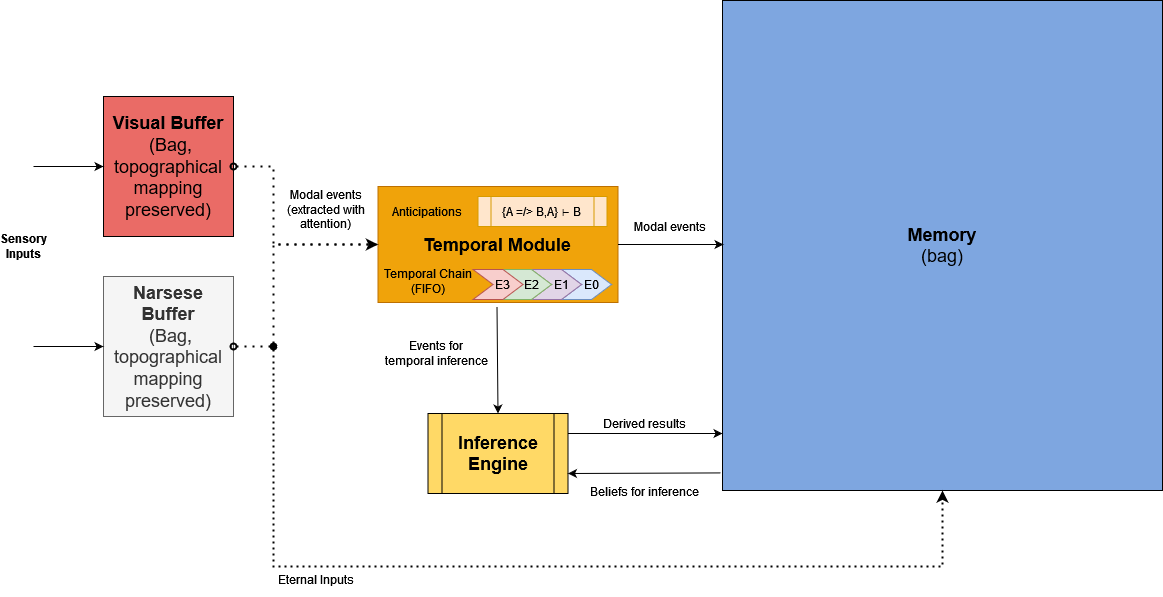
Above: Documentation/Diagram.png in ccrock4t/NARS-Python (draw.io), before the change. Source tidied: cells renumbered, new cells last; positions are measured from the earlier drawing's top-left corner, leaving out a move shared by most shapes.
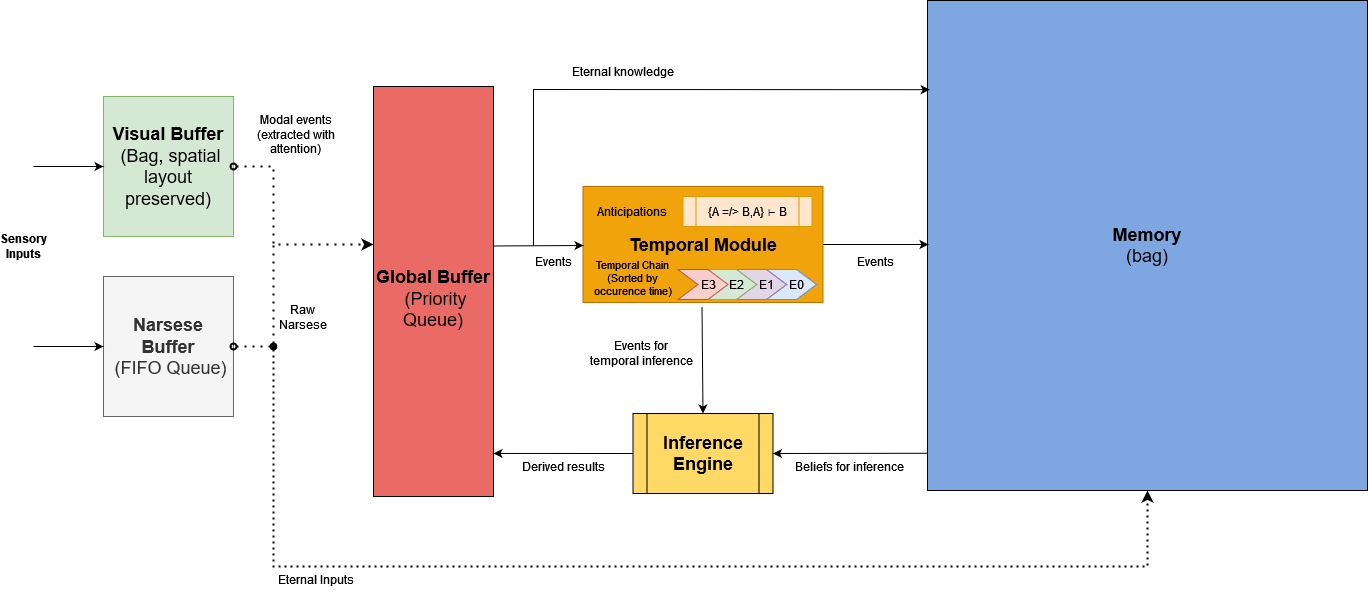
The same diagram one commit later.

What changed in the source:
```diff
@@ -5,37 +5,35 @@
     <mxCell id="2" value="&lt;div&gt;&lt;font style=&quot;font-size: 18px&quot;&gt;&lt;b&gt;Memory&lt;/b&gt;&lt;br&gt;&lt;/font&gt;&lt;/div&gt;&lt;div&gt;&lt;font style=&quot;font-size: 18px&quot;&gt;(bag)&lt;/font&gt;&lt;/div&gt;" style="rounded=0;whiteSpace=wrap;html=1;fillColor=#7EA6E0;" parent="1" vertex="1">
       <mxGeometry x="719" width="440" height="490" as="geometry" />
     </mxCell>
-    <mxCell id="3" value="&lt;div&gt;&lt;font style=&quot;font-size: 18px&quot;&gt;&lt;b&gt;&lt;font style=&quot;font-size: 18px&quot;&gt;Visual &lt;/font&gt;Buffer&lt;/b&gt;&lt;/font&gt;&lt;/div&gt;&lt;font style=&quot;font-size: 18px&quot;&gt;&amp;nbsp;(Bag, topographical mapping preserved)&lt;/font&gt;" style="rounded=0;whiteSpace=wrap;html=1;fillColor=#EA6B66;" parent="1" vertex="1">
-      <mxGeometry x="100" y="96" width="130" height="140" as="geometry" />
+    <mxCell id="3" value="&lt;div&gt;&lt;font style=&quot;font-size: 18px&quot;&gt;&lt;b&gt;&lt;font style=&quot;font-size: 18px&quot;&gt;Visual &lt;/font&gt;Buffer&lt;/b&gt;&lt;/font&gt;&lt;/div&gt;&lt;font style=&quot;font-size: 18px&quot;&gt;&amp;nbsp;(Bag, spatial layout preserved)&lt;/font&gt;" style="rounded=0;whiteSpace=wrap;html=1;fillColor=#d5e8d4;strokeColor=#82b366;" parent="1" vertex="1">
+      <mxGeometry x="-105" y="96" width="130" height="140" as="geometry" />
     </mxCell>
     <mxCell id="4" value="&lt;div&gt;&lt;font style=&quot;font-size: 18px&quot;&gt;&lt;b&gt;Inference&lt;/b&gt;&lt;/font&gt;&lt;/div&gt;&lt;div&gt;&lt;font style=&quot;font-size: 18px&quot;&gt;&lt;b&gt;Engine&lt;br&gt;&lt;/b&gt;&lt;/font&gt;&lt;/div&gt;" style="shape=process;whiteSpace=wrap;html=1;backgroundOutline=1;fillColor=#FFD966;" parent="1" vertex="1">
       <mxGeometry x="424.5" y="413" width="140" height="80" as="geometry" />
     </mxCell>
     <mxCell id="5" value="&lt;div&gt;&lt;b&gt;Sensory&lt;br&gt;&lt;/b&gt;&lt;/div&gt;&lt;div&gt;&lt;b&gt;Inputs&lt;/b&gt;&lt;/div&gt;" style="text;html=1;strokeColor=none;fillColor=none;align=center;verticalAlign=middle;whiteSpace=wrap;rounded=0;" parent="1" vertex="1">
-      <mxGeometry y="236" width="40" height="20" as="geometry" />
+      <mxGeometry x="-205" y="236" width="40" height="20" as="geometry" />
     </mxCell>
     <mxCell id="6" value="&lt;div&gt;&lt;font style=&quot;font-size: 18px&quot;&gt;&lt;b&gt;&lt;br&gt;&lt;/b&gt;&lt;/font&gt;&lt;/div&gt;&lt;div&gt;&lt;font style=&quot;font-size: 18px&quot;&gt;&lt;b&gt;Temporal Module &lt;br&gt;&lt;/b&gt;&lt;/font&gt;&lt;/div&gt;&lt;div&gt;&lt;font style=&quot;font-size: 18px&quot;&gt;&lt;b&gt;&lt;br&gt;&lt;/b&gt;&lt;/font&gt;&lt;/div&gt;" style="rounded=0;whiteSpace=wrap;html=1;fillColor=#f0a30a;strokeColor=#BD7000;fontColor=#000000;" parent="1" vertex="1">
       <mxGeometry x="374.5" y="186" width="240" height="116" as="geometry" />
     </mxCell>
     <mxCell id="7" value="Eternal Inputs" style="text;html=1;strokeColor=none;fillColor=none;align=center;verticalAlign=middle;whiteSpace=wrap;rounded=0;" parent="1" vertex="1">
-      <mxGeometry x="250" y="561" width="124.5" height="35" as="geometry" />
+      <mxGeometry x="45" y="561" width="124.5" height="35" as="geometry" />
     </mxCell>
-    <mxCell id="8" style="endArrow=classic;html=1;entryX=1;entryY=0.75;entryDx=0;entryDy=0;exitX=-0.004;exitY=0.958;exitDx=0;exitDy=0;exitPerimeter=0;" parent="1" edge="1" target="4">
-      <mxGeometry relative="1" as="geometry">
-        <mxPoint x="717.2" y="472.4" as="sourcePoint" />
-      </mxGeometry>
+    <mxCell id="8" style="endArrow=classic;html=1;entryX=1;entryY=0.5;entryDx=0;entryDy=0;exitX=0;exitY=0.924;exitDx=0;exitDy=0;exitPerimeter=0;" parent="1" edge="1" source="2" target="4">
+      <mxGeometry relative="1" as="geometry" />
     </mxCell>
     <mxCell id="9" value="&lt;div&gt;Beliefs for inference&lt;/div&gt;" style="text;html=1;strokeColor=none;fillColor=none;align=center;verticalAlign=middle;whiteSpace=wrap;rounded=0;" parent="1" vertex="1">
-      <mxGeometry x="578" y="481" width="126" height="20" as="geometry" />
+      <mxGeometry x="578" y="456" width="126" height="20" as="geometry" />
     </mxCell>
     <mxCell id="10" value="Derived results" style="text;html=1;strokeColor=none;fillColor=none;align=center;verticalAlign=middle;whiteSpace=wrap;rounded=0;" parent="1" vertex="1">
-      <mxGeometry x="571" y="413" width="140" height="20" as="geometry" />
+      <mxGeometry x="285" y="456" width="140" height="20" as="geometry" />
     </mxCell>
     <mxCell id="11" style="shape=step;perimeter=stepPerimeter;whiteSpace=wrap;html=1;fixedSize=1;fillColor=#dae8fc;strokeColor=#6c8ebf;" parent="1" vertex="1">
       <mxGeometry x="558" y="269" width="50" height="30" as="geometry" />
     </mxCell>
-    <mxCell id="12" value="&lt;div align=&quot;center&quot;&gt;Temporal Chain&lt;br&gt;&lt;/div&gt;&lt;div align=&quot;center&quot;&gt;(FIFO)&lt;/div&gt;" style="text;whiteSpace=wrap;html=1;align=center;" parent="1" vertex="1">
-      <mxGeometry x="370" y="260" width="110.5" height="30" as="geometry" />
+    <mxCell id="12" value="&lt;div style=&quot;font-size: 11px&quot; align=&quot;center&quot;&gt;&lt;font style=&quot;font-size: 11px&quot;&gt;Temporal Chain&lt;br&gt;&lt;/font&gt;&lt;/div&gt;&lt;div style=&quot;font-size: 11px&quot; align=&quot;center&quot;&gt;&lt;font style=&quot;font-size: 11px&quot;&gt;(Sorted by occurence time)&lt;/font&gt;&lt;/div&gt;" style="text;whiteSpace=wrap;html=1;align=center;" parent="1" vertex="1">
+      <mxGeometry x="376.8" y="251" width="95" height="30" as="geometry" />
     </mxCell>
     <mxCell id="13" style="shape=step;perimeter=stepPerimeter;whiteSpace=wrap;html=1;fixedSize=1;fillColor=#e1d5e7;strokeColor=#9673a6;" parent="1" vertex="1">
       <mxGeometry x="528" y="269" width="50" height="30" as="geometry" />
@@ -69,62 +67,87 @@
         <mxPoint x="720" y="244" as="targetPoint" />
       </mxGeometry>
     </mxCell>
-    <mxCell id="23" value="&lt;div&gt;&lt;font style=&quot;font-size: 18px&quot;&gt;&lt;b&gt;&lt;font style=&quot;font-size: 18px&quot;&gt;Narsese &lt;/font&gt;Buffer&lt;/b&gt;&lt;/font&gt;&lt;/div&gt;&lt;font style=&quot;font-size: 18px&quot;&gt;&amp;nbsp;(Bag, topographical mapping preserved)&lt;/font&gt;" style="rounded=0;whiteSpace=wrap;html=1;fillColor=#f5f5f5;fontColor=#333333;strokeColor=#666666;" parent="1" vertex="1">
-      <mxGeometry x="100" y="276" width="130" height="140" as="geometry" />
+    <mxCell id="23" value="&lt;div&gt;&lt;font style=&quot;font-size: 18px&quot;&gt;&lt;b&gt;&lt;font style=&quot;font-size: 18px&quot;&gt;Narsese &lt;/font&gt;Buffer&lt;/b&gt;&lt;/font&gt;&lt;/div&gt;&lt;font style=&quot;font-size: 18px&quot;&gt;&amp;nbsp;(FIFO Queue)&lt;/font&gt;" style="rounded=0;whiteSpace=wrap;html=1;fillColor=#f5f5f5;fontColor=#333333;strokeColor=#666666;" parent="1" vertex="1">
+      <mxGeometry x="-105" y="276" width="130" height="140" as="geometry" />
     </mxCell>
     <mxCell id="24" style="endArrow=classic;html=1;rounded=0;exitX=0.5;exitY=1;exitDx=0;exitDy=0;entryX=0.5;entryY=0;entryDx=0;entryDy=0;" parent="1" edge="1" target="4">
       <mxGeometry relative="1" as="geometry">
         <mxPoint x="493.5" y="306" as="sourcePoint" />
       </mxGeometry>
     </mxCell>
-    <mxCell id="25" style="endArrow=none;html=1;entryX=1;entryY=0.25;entryDx=0;entryDy=0;endFill=0;startArrow=classic;startFill=1;" parent="1" edge="1" target="4">
-      <mxGeometry relative="1" as="geometry">
-        <mxPoint x="719" y="433" as="sourcePoint" />
-      </mxGeometry>
+    <mxCell id="25" style="endArrow=none;html=1;endFill=0;startArrow=classic;startFill=1;entryX=0;entryY=0.5;entryDx=0;entryDy=0;exitX=1;exitY=0.895;exitDx=0;exitDy=0;exitPerimeter=0;" parent="1" edge="1" source="34" target="4">
+      <mxGeometry relative="1" as="geometry" />
     </mxCell>
     <mxCell id="26" value="&lt;div&gt;Events for &lt;br&gt;&lt;/div&gt;&lt;div&gt;temporal inference&lt;/div&gt;" style="text;html=1;strokeColor=none;fillColor=none;align=center;verticalAlign=middle;whiteSpace=wrap;rounded=0;" parent="1" vertex="1">
       <mxGeometry x="370" y="343" width="126" height="20" as="geometry" />
     </mxCell>
     <mxCell id="27" style="endArrow=classic;html=1;rounded=0;entryX=0;entryY=0.5;entryDx=0;entryDy=0;" parent="1" edge="1" target="3">
       <mxGeometry relative="1" as="geometry">
-        <mxPoint x="30" y="166" as="sourcePoint" />
+        <mxPoint x="-175" y="166" as="sourcePoint" />
       </mxGeometry>
     </mxCell>
     <mxCell id="28" style="endArrow=classic;html=1;rounded=0;entryX=0;entryY=0.5;entryDx=0;entryDy=0;" parent="1" edge="1" target="23">
       <mxGeometry relative="1" as="geometry">
-        <mxPoint x="30" y="346" as="sourcePoint" />
+        <mxPoint x="-175" y="346" as="sourcePoint" />
       </mxGeometry>
     </mxCell>
-    <mxCell id="29" style="endArrow=none;dashed=1;html=1;dashPattern=1 3;strokeWidth=2;rounded=0;exitX=1;exitY=0.5;exitDx=0;exitDy=0;entryX=0;entryY=0.5;entryDx=0;entryDy=0;startArrow=oval;startFill=0;" parent="1" edge="1" source="23" target="6">
+    <mxCell id="29" style="endArrow=none;dashed=1;html=1;dashPattern=1 3;strokeWidth=2;rounded=0;exitX=1;exitY=0.5;exitDx=0;exitDy=0;startArrow=oval;startFill=0;" parent="1" edge="1" source="23">
       <mxGeometry relative="1" as="geometry">
+        <mxPoint x="65" y="244" as="targetPoint" />
         <Array as="points">
-          <mxPoint x="270" y="346" />
-          <mxPoint x="270" y="244" />
+          <mxPoint x="65" y="346" />
+          <mxPoint x="65" y="244" />
         </Array>
       </mxGeometry>
     </mxCell>
-    <mxCell id="30" style="endArrow=classic;dashed=1;html=1;dashPattern=1 3;strokeWidth=2;rounded=0;exitX=1;exitY=0.5;exitDx=0;exitDy=0;entryX=0;entryY=0.5;entryDx=0;entryDy=0;startArrow=oval;startFill=0;endFill=1;" parent="1" edge="1" source="3" target="6">
+    <mxCell id="30" style="endArrow=classic;dashed=1;html=1;dashPattern=1 3;strokeWidth=2;rounded=0;exitX=1;exitY=0.5;exitDx=0;exitDy=0;startArrow=oval;startFill=0;endFill=1;" parent="1" edge="1" source="3">
       <mxGeometry relative="1" as="geometry">
+        <mxPoint x="165" y="244" as="targetPoint" />
         <Array as="points">
-          <mxPoint x="270" y="166" />
-          <mxPoint x="270" y="244" />
+          <mxPoint x="65" y="166" />
+          <mxPoint x="65" y="244" />
         </Array>
       </mxGeometry>
     </mxCell>
     <mxCell id="31" style="endArrow=classic;html=1;rounded=0;entryX=0.5;entryY=1;entryDx=0;entryDy=0;dashed=1;dashPattern=1 2;strokeWidth=2;startArrow=oval;startFill=1;" parent="1" edge="1" target="2">
       <mxGeometry relative="1" as="geometry">
-        <mxPoint x="270" y="346" as="sourcePoint" />
+        <mxPoint x="65" y="346" as="sourcePoint" />
         <Array as="points">
-          <mxPoint x="270" y="566" />
+          <mxPoint x="65" y="566" />
           <mxPoint x="939" y="566" />
         </Array>
       </mxGeometry>
     </mxCell>
     <mxCell id="32" value="Modal events (extracted with attention)" style="text;html=1;strokeColor=none;fillColor=none;align=center;verticalAlign=middle;whiteSpace=wrap;rounded=0;" parent="1" vertex="1">
-      <mxGeometry x="260" y="191" width="124.5" height="35" as="geometry" />
+      <mxGeometry x="25" y="116" width="124.5" height="35" as="geometry" />
     </mxCell>
-    <mxCell id="33" value="Modal events" style="text;html=1;strokeColor=none;fillColor=none;align=center;verticalAlign=middle;whiteSpace=wrap;rounded=0;" parent="1" vertex="1">
-      <mxGeometry x="603.5" y="216" width="126" height="20" as="geometry" />
+    <mxCell id="33" value="Events" style="text;html=1;strokeColor=none;fillColor=none;align=center;verticalAlign=middle;whiteSpace=wrap;rounded=0;" parent="1" vertex="1">
+      <mxGeometry x="603.5" y="251" width="126" height="20" as="geometry" />
     </mxCell>
+    <mxCell id="34" value="&lt;br&gt;&lt;div&gt;&lt;font style=&quot;font-size: 18px&quot;&gt;&lt;b&gt;&lt;font style=&quot;font-size: 18px&quot;&gt;Global &lt;/font&gt;Buffer&lt;/b&gt;&lt;/font&gt;&lt;/div&gt;&lt;font style=&quot;font-size: 18px&quot;&gt;&amp;nbsp;(Priority Queue)&lt;br&gt;&lt;/font&gt;" style="rounded=0;whiteSpace=wrap;html=1;fillColor=#EA6B66;strokeColor=#000000;" parent="1" vertex="1">
+      <mxGeometry x="165" y="86" width="120" height="410" as="geometry" />
+    </mxCell>
+    <mxCell id="35" value="&lt;div&gt;Raw&lt;/div&gt;&lt;div&gt;Narsese&lt;br&gt;&lt;/div&gt;" style="text;html=1;strokeColor=none;fillColor=none;align=center;verticalAlign=middle;whiteSpace=wrap;rounded=0;" parent="1" vertex="1">
+      <mxGeometry x="65" y="302" width="60" height="30" as="geometry" />
+    </mxCell>
+    <mxCell id="36" style="endArrow=classic;html=1;rounded=0;exitX=1.001;exitY=0.389;exitDx=0;exitDy=0;exitPerimeter=0;" parent="1" edge="1" source="34">
+      <mxGeometry relative="1" as="geometry">
+        <mxPoint x="375" y="245" as="targetPoint" />
+      </mxGeometry>
+    </mxCell>
+    <mxCell id="37" style="endArrow=classic;html=1;rounded=0;entryX=0.005;entryY=0.182;entryDx=0;entryDy=0;entryPerimeter=0;" parent="1" edge="1" target="2">
+      <mxGeometry relative="1" as="geometry">
+        <mxPoint x="325" y="245" as="sourcePoint" />
+        <Array as="points">
+          <mxPoint x="325" y="89" />
+        </Array>
+      </mxGeometry>
+    </mxCell>
+    <mxCell id="38" value="Events" style="text;html=1;strokeColor=none;fillColor=none;align=center;verticalAlign=middle;whiteSpace=wrap;rounded=0;" parent="1" vertex="1">
+      <mxGeometry x="314.5" y="246" width="60" height="30" as="geometry" />
+    </mxCell>
+    <mxCell id="39" value="Eternal knowledge" style="text;html=1;strokeColor=none;fillColor=none;align=center;verticalAlign=middle;whiteSpace=wrap;rounded=0;" parent="1" vertex="1">
+      <mxGeometry x="359.5" y="56" width="110" height="30" as="geometry" />
+    </mxCell>
   </root>
 </mxGraphModel>
```
